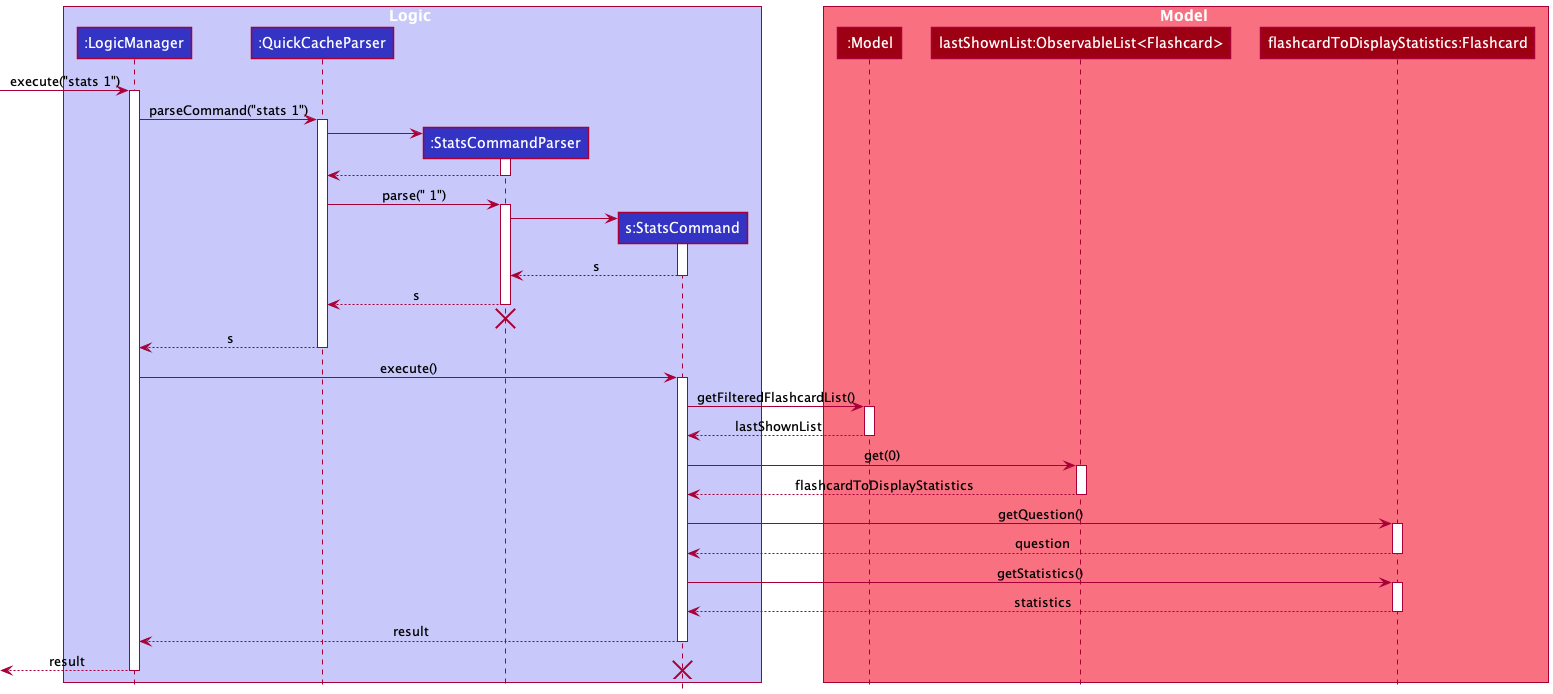
Before: docs/images/StatsSequenceDiagram.png, a diagram exported from PlantUML (nus-cs2103-AY2021S1/tp).
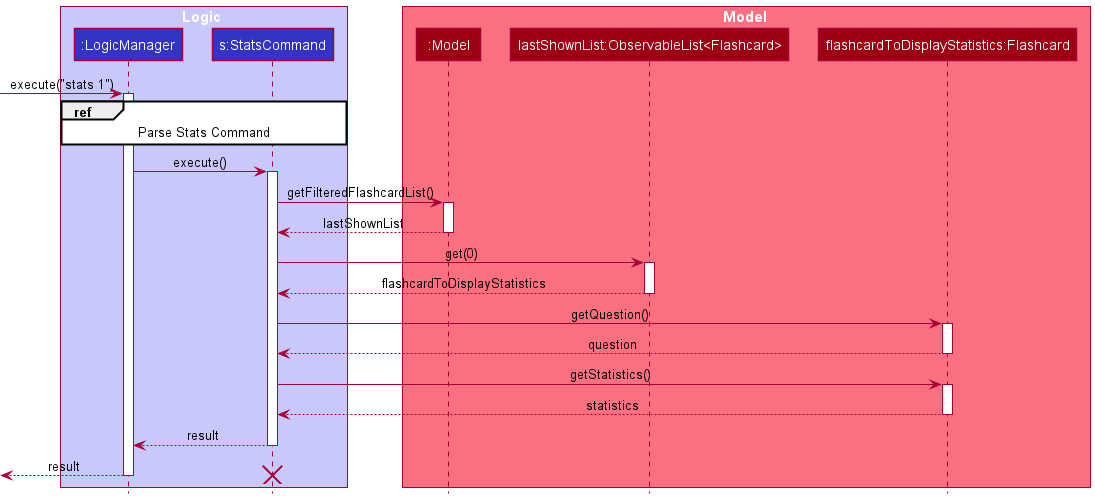
Above is the later version.

Diff of the diagram source:
```diff
@@ -3,8 +3,6 @@
 
 box Logic LOGIC_COLOR_T1
 participant ":LogicManager" as LogicManager LOGIC_COLOR
-participant ":QuickCacheParser" as QuickCacheParser LOGIC_COLOR
-participant ":StatsCommandParser" as StatsCommandParser LOGIC_COLOR
 participant "s:StatsCommand" as StatsCommand LOGIC_COLOR
 end box
 
@@ -17,34 +15,7 @@
 [-> LogicManager : execute("stats 1")
 activate LogicManager
 
-LogicManager -> QuickCacheParser : parseCommand("stats 1")
-activate QuickCacheParser
-
-create StatsCommandParser
-QuickCacheParser -> StatsCommandParser
-activate StatsCommandParser
-
-StatsCommandParser --> QuickCacheParser
-deactivate StatsCommandParser
-
-QuickCacheParser -> StatsCommandParser : parse(" 1")
-activate StatsCommandParser
-
-create StatsCommand
-StatsCommandParser -> StatsCommand
-activate StatsCommand
-
-StatsCommand --> StatsCommandParser : s
-deactivate StatsCommand
-
-StatsCommandParser --> QuickCacheParser: s
-deactivate StatsCommandParser
-
-StatsCommandParser -[hidden]-> QuickCacheParser
-destroy StatsCommandParser
-
-QuickCacheParser --> LogicManager : s
-deactivate QuickCacheParser
+ref over LogicManager, StatsCommand : Parse Stats Command
 
 LogicManager -> StatsCommand : execute()
 activate StatsCommand
```
